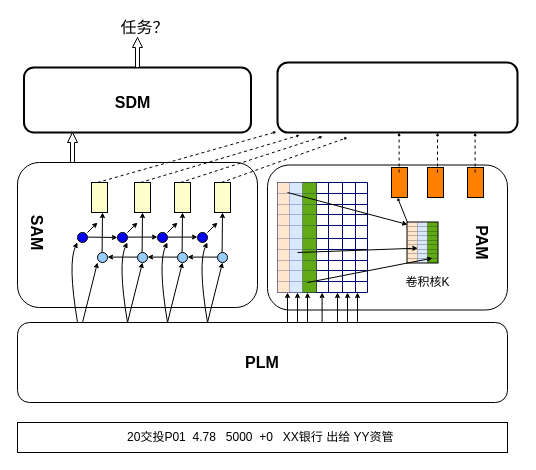
The draw.io diagram 一种用于金融领域的多任务迁移的信息抽取技术.drawio in Zoisaang/test1, before the edit. Source tidied: cells renumbered, new cells numbered last; positions are measured from the earlier drawing's top-left corner, leaving out a move shared by most shapes. Both pictures are drawn from the tidied source at 100%, with x=0, y=0 at pixel (12, 17).
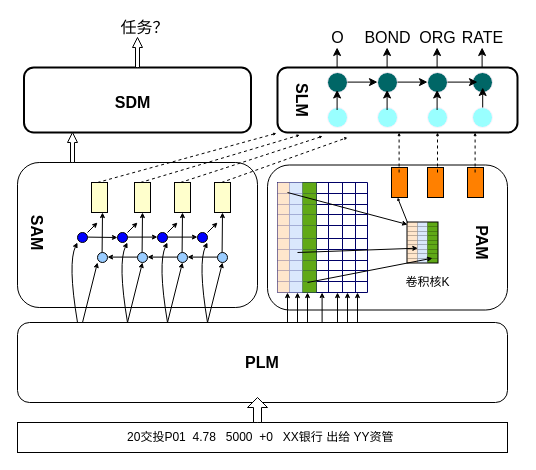
The same page after the edit.

Commit message (it also covers changes not shown here):
Update 一种用于金融领域的多任务迁移的信息抽取技术.drawio

The edit, as a diff of the source:
```diff
@@
     <mxCell id="170" style="rounded=1;whiteSpace=wrap;html=1;strokeColor=#000000;strokeWidth=2;fillColor=#FFFFFF;" parent="1" vertex="1">
-      <mxGeometry x="265" y="45" width="240" height="70" as="geometry" />
+      <mxGeometry x="265" y="50" width="240" height="65" as="geometry" />
     </mxCell>
@@
+    <mxCell id="188" value="&lt;b&gt;SLM&lt;/b&gt;" style="text;html=1;align=center;verticalAlign=middle;fillColor=none;strokeColor=none;rounded=0;fontSize=16;rotation=90;" parent="1" vertex="1">
+      <mxGeometry x="265" y="72.5" width="50" height="20" as="geometry" />
+    </mxCell>
+    <mxCell id="189" style="ellipse;whiteSpace=wrap;html=1;shadow=0;dashed=0;fontFamily=Helvetica;fontSize=16;fontColor=default;strokeColor=#FFF2FC;strokeWidth=1;fillColor=#006666;" parent="1" vertex="1">
+      <mxGeometry x="315" y="55" width="20" height="20" as="geometry" />
+    </mxCell>
+    <mxCell id="190" style="ellipse;whiteSpace=wrap;html=1;shadow=0;dashed=0;fontFamily=Helvetica;fontSize=16;fontColor=default;strokeColor=#FFF2FC;strokeWidth=1;fillColor=#006666;" parent="1" vertex="1">
+      <mxGeometry x="365" y="55" width="20" height="20" as="geometry" />
+    </mxCell>
+    <mxCell id="191" style="ellipse;whiteSpace=wrap;html=1;shadow=0;dashed=0;fontFamily=Helvetica;fontSize=16;fontColor=default;strokeColor=#FFF2FC;strokeWidth=1;fillColor=#006666;" parent="1" vertex="1">
+      <mxGeometry x="415" y="55" width="20" height="20" as="geometry" />
+    </mxCell>
+    <mxCell id="192" style="ellipse;whiteSpace=wrap;html=1;shadow=0;dashed=0;fontFamily=Helvetica;fontSize=16;fontColor=default;strokeColor=#FFF2FC;strokeWidth=1;fillColor=#006666;" parent="1" vertex="1">
+      <mxGeometry x="460" y="55" width="20" height="20" as="geometry" />
+    </mxCell>
+    <mxCell id="193" style="ellipse;whiteSpace=wrap;html=1;shadow=0;dashed=0;fontFamily=Helvetica;fontSize=16;fontColor=default;strokeColor=#FFF2FC;strokeWidth=1;fillColor=#99FFFF;" parent="1" vertex="1">
+      <mxGeometry x="315" y="90" width="20" height="20" as="geometry" />
+    </mxCell>
+    <mxCell id="194" style="ellipse;whiteSpace=wrap;html=1;shadow=0;dashed=0;fontFamily=Helvetica;fontSize=16;fontColor=default;strokeColor=#FFF2FC;strokeWidth=1;fillColor=#99FFFF;" parent="1" vertex="1">
+      <mxGeometry x="365" y="90" width="20" height="20" as="geometry" />
+    </mxCell>
+    <mxCell id="195" style="ellipse;whiteSpace=wrap;html=1;shadow=0;dashed=0;fontFamily=Helvetica;fontSize=16;fontColor=default;strokeColor=#FFF2FC;strokeWidth=1;fillColor=#99FFFF;" parent="1" vertex="1">
+      <mxGeometry x="415" y="90" width="20" height="20" as="geometry" />
+    </mxCell>
+    <mxCell id="196" style="ellipse;whiteSpace=wrap;html=1;shadow=0;dashed=0;fontFamily=Helvetica;fontSize=16;fontColor=default;strokeColor=#FFF2FC;strokeWidth=1;fillColor=#99FFFF;" parent="1" vertex="1">
+      <mxGeometry x="460" y="90" width="20" height="20" as="geometry" />
+    </mxCell>
+    <mxCell id="197" style="endArrow=classic;html=1;rounded=0;fontFamily=Helvetica;fontSize=16;fontColor=default;targetPerimeterSpacing=1;strokeWidth=1;" parent="1" edge="1">
+      <mxGeometry relative="1" as="geometry">
+        <mxPoint x="335" y="64.6" as="sourcePoint" />
+        <mxPoint x="365" y="64.6" as="targetPoint" />
+      </mxGeometry>
+    </mxCell>
+    <mxCell id="198" style="endArrow=classic;html=1;rounded=0;fontFamily=Helvetica;fontSize=16;fontColor=default;targetPerimeterSpacing=1;strokeWidth=1;" parent="1" edge="1">
+      <mxGeometry relative="1" as="geometry">
+        <mxPoint x="385" y="64.6" as="sourcePoint" />
+        <mxPoint x="415" y="64.6" as="targetPoint" />
+      </mxGeometry>
+    </mxCell>
+    <mxCell id="199" style="endArrow=classic;html=1;rounded=0;fontFamily=Helvetica;fontSize=16;fontColor=default;targetPerimeterSpacing=1;strokeWidth=1;" parent="1" edge="1">
+      <mxGeometry relative="1" as="geometry">
+        <mxPoint x="435" y="64.6" as="sourcePoint" />
+        <mxPoint x="465" y="64.6" as="targetPoint" />
+      </mxGeometry>
+    </mxCell>
+    <mxCell id="200" style="endArrow=classic;html=1;rounded=0;fontFamily=Helvetica;fontSize=16;fontColor=default;targetPerimeterSpacing=1;strokeWidth=1;" parent="1" edge="1">
+      <mxGeometry relative="1" as="geometry">
+        <mxPoint x="324.6" y="92.5" as="sourcePoint" />
+        <mxPoint x="324.6" y="72.5" as="targetPoint" />
+      </mxGeometry>
+    </mxCell>
+    <mxCell id="201" style="endArrow=classic;html=1;rounded=0;fontFamily=Helvetica;fontSize=16;fontColor=default;targetPerimeterSpacing=1;strokeWidth=1;" parent="1" edge="1">
+      <mxGeometry relative="1" as="geometry">
+        <mxPoint x="374.6" y="92.5" as="sourcePoint" />
+        <mxPoint x="374.6" y="72.5" as="targetPoint" />
+      </mxGeometry>
+    </mxCell>
+    <mxCell id="202" style="endArrow=classic;html=1;rounded=0;fontFamily=Helvetica;fontSize=16;fontColor=default;targetPerimeterSpacing=1;strokeWidth=1;" parent="1" edge="1">
+      <mxGeometry relative="1" as="geometry">
+        <mxPoint x="424.6" y="92.5" as="sourcePoint" />
+        <mxPoint x="424.6" y="72.5" as="targetPoint" />
+      </mxGeometry>
+    </mxCell>
+    <mxCell id="203" style="endArrow=classic;html=1;rounded=0;fontFamily=Helvetica;fontSize=16;fontColor=default;targetPerimeterSpacing=1;strokeWidth=1;" parent="1" edge="1">
+      <mxGeometry relative="1" as="geometry">
+        <mxPoint x="470.2" y="90" as="sourcePoint" />
+        <mxPoint x="470.2" y="70" as="targetPoint" />
+      </mxGeometry>
+    </mxCell>
+    <mxCell id="204" style="endArrow=classic;html=1;rounded=0;fontFamily=Helvetica;fontSize=16;fontColor=default;targetPerimeterSpacing=1;strokeWidth=1;" parent="1" edge="1">
+      <mxGeometry relative="1" as="geometry">
+        <mxPoint x="324.6" y="50" as="sourcePoint" />
+        <mxPoint x="324.6" y="30" as="targetPoint" />
+      </mxGeometry>
+    </mxCell>
+    <mxCell id="205" style="endArrow=classic;html=1;rounded=0;fontFamily=Helvetica;fontSize=16;fontColor=default;targetPerimeterSpacing=1;strokeWidth=1;" parent="1" edge="1">
+      <mxGeometry relative="1" as="geometry">
+        <mxPoint x="374.6" y="50" as="sourcePoint" />
+        <mxPoint x="374.6" y="30" as="targetPoint" />
+      </mxGeometry>
+    </mxCell>
+    <mxCell id="206" style="endArrow=classic;html=1;rounded=0;fontFamily=Helvetica;fontSize=16;fontColor=default;targetPerimeterSpacing=1;strokeWidth=1;" parent="1" edge="1">
+      <mxGeometry relative="1" as="geometry">
+        <mxPoint x="424.6" y="50" as="sourcePoint" />
+        <mxPoint x="424.6" y="30" as="targetPoint" />
+        <Array as="points">
+          <mxPoint x="424.6" y="50" />
+        </Array>
+      </mxGeometry>
+    </mxCell>
+    <mxCell id="207" style="endArrow=classic;html=1;rounded=0;fontFamily=Helvetica;fontSize=16;fontColor=default;targetPerimeterSpacing=1;strokeWidth=1;" parent="1" edge="1">
+      <mxGeometry relative="1" as="geometry">
+        <mxPoint x="469.6" y="50" as="sourcePoint" />
+        <mxPoint x="469.6" y="30" as="targetPoint" />
+        <Array as="points">
+          <mxPoint x="469.6" y="50" />
+        </Array>
+      </mxGeometry>
+    </mxCell>
+    <mxCell id="208" value="O" style="text;html=1;align=center;verticalAlign=middle;fillColor=none;strokeColor=none;rounded=0;shadow=0;dashed=0;fontFamily=Helvetica;fontSize=16;fontColor=default;" parent="1" vertex="1">
+      <mxGeometry x="310" y="10" width="30" height="20" as="geometry" />
+    </mxCell>
+    <mxCell id="209" value="BOND" style="text;html=1;align=center;verticalAlign=middle;fillColor=none;strokeColor=none;rounded=0;shadow=0;dashed=0;fontFamily=Helvetica;fontSize=16;fontColor=default;" parent="1" vertex="1">
+      <mxGeometry x="345" y="10" width="60" height="20" as="geometry" />
+    </mxCell>
+    <mxCell id="210" value="ORG" style="text;html=1;align=center;verticalAlign=middle;fillColor=none;strokeColor=none;rounded=0;shadow=0;dashed=0;fontFamily=Helvetica;fontSize=16;fontColor=default;" parent="1" vertex="1">
+      <mxGeometry x="400" y="10" width="50" height="20" as="geometry" />
+    </mxCell>
+    <mxCell id="211" value="RATE" style="text;html=1;align=center;verticalAlign=middle;fillColor=none;strokeColor=none;rounded=0;shadow=0;dashed=0;fontFamily=Helvetica;fontSize=16;fontColor=default;" parent="1" vertex="1">
+      <mxGeometry x="440" y="10" width="60" height="20" as="geometry" />
+    </mxCell>
+    <mxCell id="212" style="html=1;shadow=0;dashed=0;align=center;verticalAlign=middle;shape=mxgraph.arrows2.arrow;dy=0.6;dx=10;direction=north;notch=0;fontSize=6;strokeColor=#000000;strokeWidth=1;fillColor=#FFFFFF;" parent="1" vertex="1">
+      <mxGeometry x="235" y="380" width="20" height="25" as="geometry" />
+    </mxCell>
```
